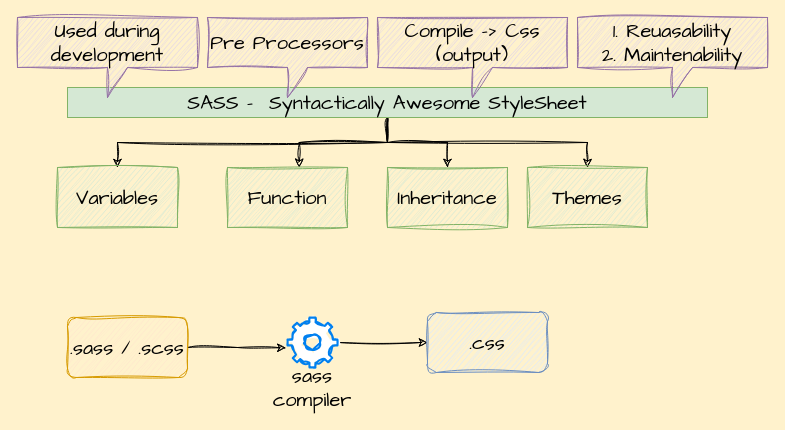
SumeetWajpe/MW_Advanced_Javascript_June_2023 keeps this draw.io diagram as page "Page-3" (3 of 3) of SupportingDocs/MW_AdvS_June_23..drawio. Above is the earlier version. Source tidied: cells renumbered, new cells numbered last; positions are measured from the earlier drawing's top-left corner, leaving out a move shared by most shapes. Both pictures are drawn from the tidied source at 100%, with x=0, y=0 at pixel (17, 17).
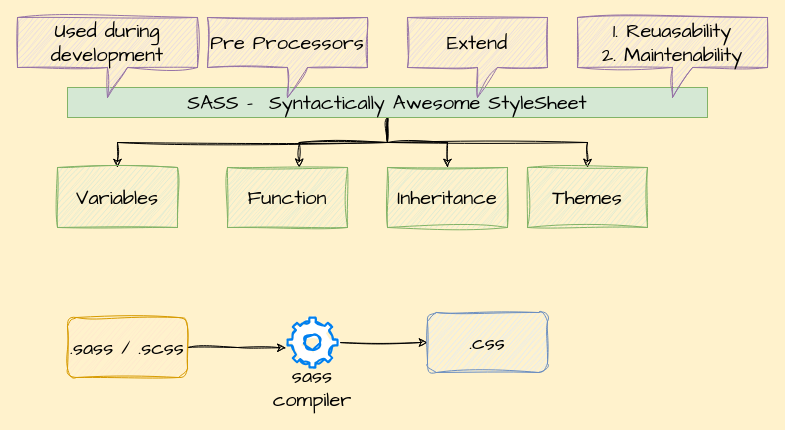
After the change.

The edit, as a diff of the source:
```diff
@@
-    <mxCell id="10" value="Compile -&amp;gt; Css (output)" style="shape=callout;whiteSpace=wrap;html=1;perimeter=calloutPerimeter;sketch=1;hachureGap=4;jiggle=2;curveFitting=1;fontFamily=Architects Daughter;fontSize=20;fillColor=#e1d5e7;strokeColor=#9673a6;" parent="1" vertex="1">
-      <mxGeometry x="360" width="190" height="80" as="geometry" />
+    <mxCell id="10" value="Extend" style="shape=callout;whiteSpace=wrap;html=1;perimeter=calloutPerimeter;sketch=1;hachureGap=4;jiggle=2;curveFitting=1;fontFamily=Architects Daughter;fontSize=20;fillColor=#e1d5e7;strokeColor=#9673a6;" parent="1" vertex="1">
+      <mxGeometry x="390" width="140" height="80" as="geometry" />
     </mxCell>
```
